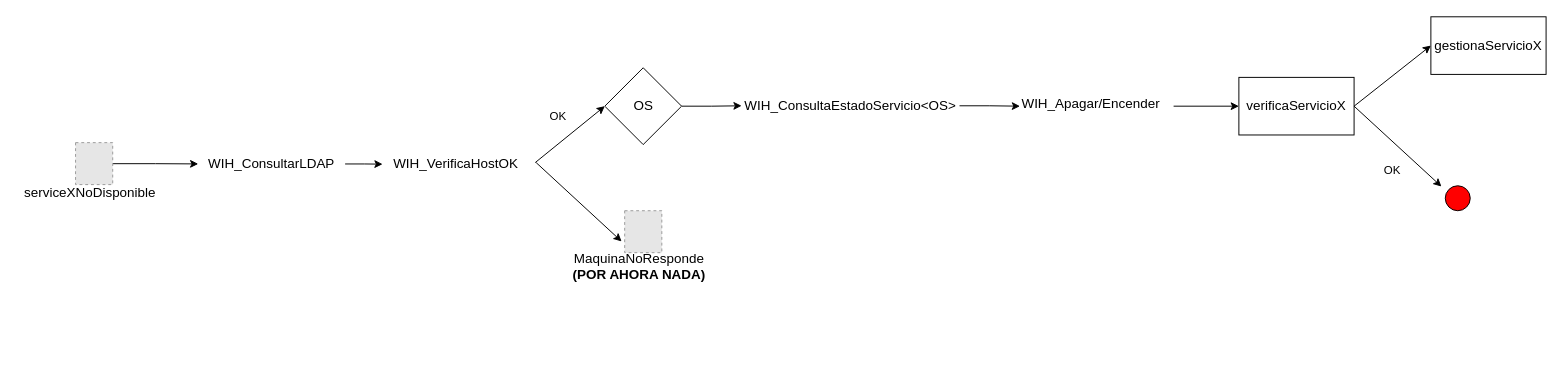
This is page "serviceXNoDisponible" (2 of 4) of esquemaProcesos.drawio from MarianaReyesH/gestionRed, a draw.io file, before an edit. Source tidied: cells renumbered, new cells numbered last; positions are measured from the earlier drawing's top-left corner, leaving out a move shared by most shapes. Both pictures are drawn from the tidied source at 96%, with x=0, y=0 at pixel (16, 16). Pictures stored in the file or linked from it are replaced by grey dashed boxes.
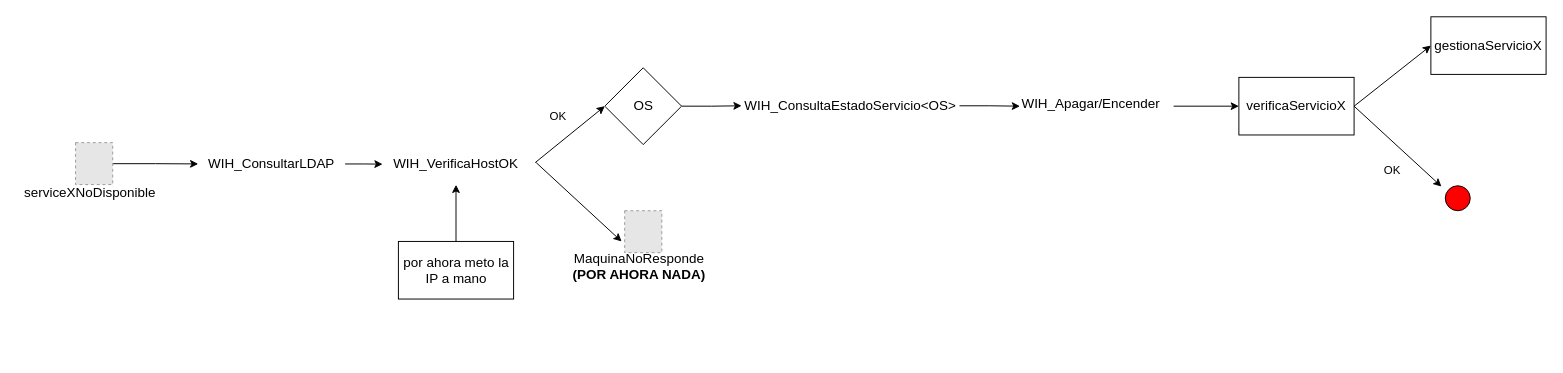
Above is the later version.

Unchanged cells that the change refers to:
```xml
<mxCell id="9" value="&lt;span style=&quot;font-size: 14px;&quot;&gt;WIH_VerificaHostOK&lt;/span&gt;" style="text;html=1;align=center;verticalAlign=middle;whiteSpace=wrap;rounded=0;" parent="8" vertex="1">
  <mxGeometry y="30" width="153" height="43.1" as="geometry" />
</mxCell>
```

Diff of the diagram source:
```diff
@@
+    <mxCell id="28" style="edgeStyle=orthogonalEdgeStyle;rounded=0;jettySize=auto;html=1;" parent="1" edge="1" source="29" target="9">
+      <mxGeometry relative="1" as="geometry" />
+    </mxCell>
+    <mxCell id="29" value="&lt;font style=&quot;font-size: 14px;&quot;&gt;por ahora meto la IP a mano&lt;/font&gt;" style="rounded=0;whiteSpace=wrap;html=1;" parent="1" vertex="1">
+      <mxGeometry x="397.5" y="234" width="120" height="60" as="geometry" />
+    </mxCell>
```
